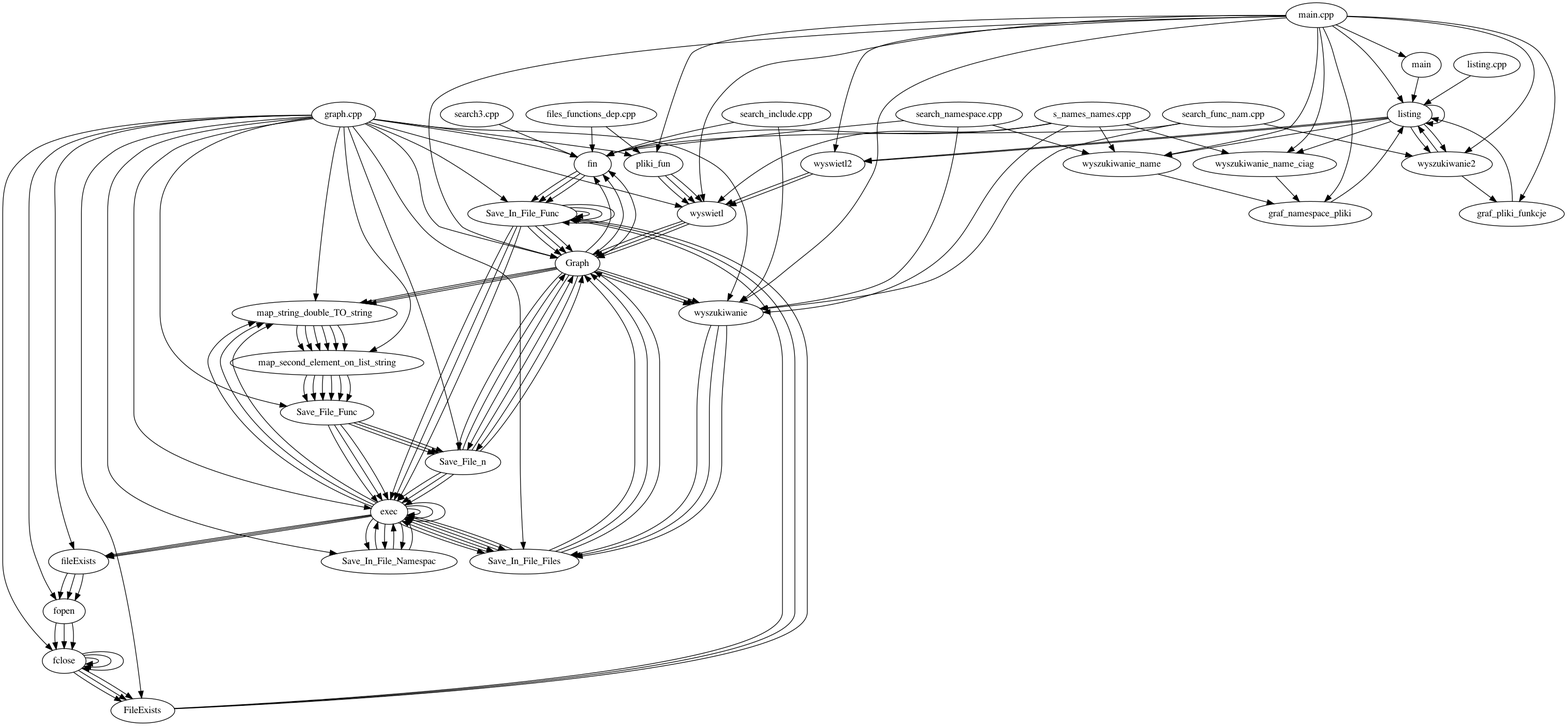
This is folder/pliki_funkcje.dot.png from ZychDev/Zak_Io_Project, a Graphviz export, as it was before one commit. Its source is kept beside it as folder/pliki_funkcje.dot. Its diagram source:
```dot
digraph files_graph
{
"files_functions_dep.cpp"->"fin"
"files_functions_dep.cpp"->"pliki_fun"
->"wyswietl"->"Graph"->"wyszukiwanie"->"Save_In_File_Files"->"Graph"->"fin"->"Save_In_File_Func"->"Save_In_File_Func"->"Graph"->"Save_File_n"->"Graph"->"map_string_double_TO_string"->"map_second_element_on_list_string"->"Save_File_Func"->"Save_File_n"->"exec"->"map_string_double_TO_string"->"map_second_element_on_list_string"->"Save_File_Func"->"exec"->"Save_In_File_Namespac"->"exec"->"fileExists"->"fopen"->"fclose"->"fclose"->"FileExists"->"Save_In_File_Func"->"exec"->"Save_In_File_Files"->"exec"->"exec""graph.cpp"->"FileExists"
"graph.cpp"->"Graph"
"graph.cpp"->"Save_File_Func"
"graph.cpp"->"Save_File_n"
"graph.cpp"->"Save_In_File_Files"
"graph.cpp"->"Save_In_File_Func"
"graph.cpp"->"Save_In_File_Namespac"
"graph.cpp"->"exec"
"graph.cpp"->"fclose"
"graph.cpp"->"fileExists"
"graph.cpp"->"fin"
"graph.cpp"->"fopen"
"graph.cpp"->"map_second_element_on_list_string"
"graph.cpp"->"map_string_double_TO_string"
"graph.cpp"->"pliki_fun"
->"wyswietl"->"Graph"->"wyszukiwanie"->"Save_In_File_Files"->"Graph"->"fin"->"Save_In_File_Func"->"Save_In_File_Func"->"Graph"->"Save_File_n"->"Graph"->"map_string_double_TO_string"->"map_second_element_on_list_string"->"Save_File_Func"->"Save_File_n"->"exec"->"map_string_double_TO_string"->"map_second_element_on_list_string"->"Save_File_Func"->"exec"->"Save_In_File_Namespac"->"exec"->"fileExists"->"fopen"->"fclose"->"fclose"->"FileExists"->"Save_In_File_Func"->"exec"->"Save_In_File_Files"->"exec"->"exec""graph.cpp"->"wyswietl"
"graph.cpp"->"wyszukiwanie"
"listing.cpp"->"listing"
->"wyswietl2"->"wyswietl""main.cpp"->"Graph"
"main.cpp"->"graf_namespace_pliki"
"main.cpp"->"graf_pliki_funkcje"
"main.cpp"->"listing"
->"wyswietl2"->"wyswietl""main.cpp"->"main"
->"listing"->"listing"->"wyszukiwanie_name_ciag"->"graf_namespace_pliki"->"listing"->"wyszukiwanie2"->"listing"->"wyszukiwanie2"->"graf_pliki_funkcje"->"listing"->"wyszukiwanie_name"->"graf_namespace_pliki""main.cpp"->"pliki_fun"
->"wyswietl"->"Graph"->"wyszukiwanie"->"Save_In_File_Files"->"Graph"->"fin"->"Save_In_File_Func"->"Save_In_File_Func"->"Graph"->"Save_File_n"->"Graph"->"map_string_double_TO_string"->"map_second_element_on_list_string"->"Save_File_Func"->"Save_File_n"->"exec"->"map_string_double_TO_string"->"map_second_element_on_list_string"->"Save_File_Func"->"exec"->"Save_In_File_Namespac"->"exec"->"fileExists"->"fopen"->"fclose"->"fclose"->"FileExists"->"Save_In_File_Func"->"exec"->"Save_In_File_Files"->"exec"->"exec""main.cpp"->"wyswietl"
"main.cpp"->"wyswietl2"
"main.cpp"->"wyszukiwanie"
"main.cpp"->"wyszukiwanie2"
"main.cpp"->"wyszukiwanie_name"
"main.cpp"->"wyszukiwanie_name_ciag"
"s_names_names.cpp"->"fin"
"s_names_names.cpp"->"wyswietl"
"s_names_names.cpp"->"wyszukiwanie"
"s_names_names.cpp"->"wyszukiwanie_name"
"s_names_names.cpp"->"wyszukiwanie_name_ciag"
"search3.cpp"->"fin"
"search_func_nam.cpp"->"fin"
"search_func_nam.cpp"->"wyszukiwanie"
"search_func_nam.cpp"->"wyszukiwanie2"
"search_include.cpp"->"fin"
"search_include.cpp"->"wyszukiwanie"
"search_namespace.cpp"->"fin"
"search_namespace.cpp"->"wyszukiwanie"
"search_namespace.cpp"->"wyszukiwanie_name"
}
```
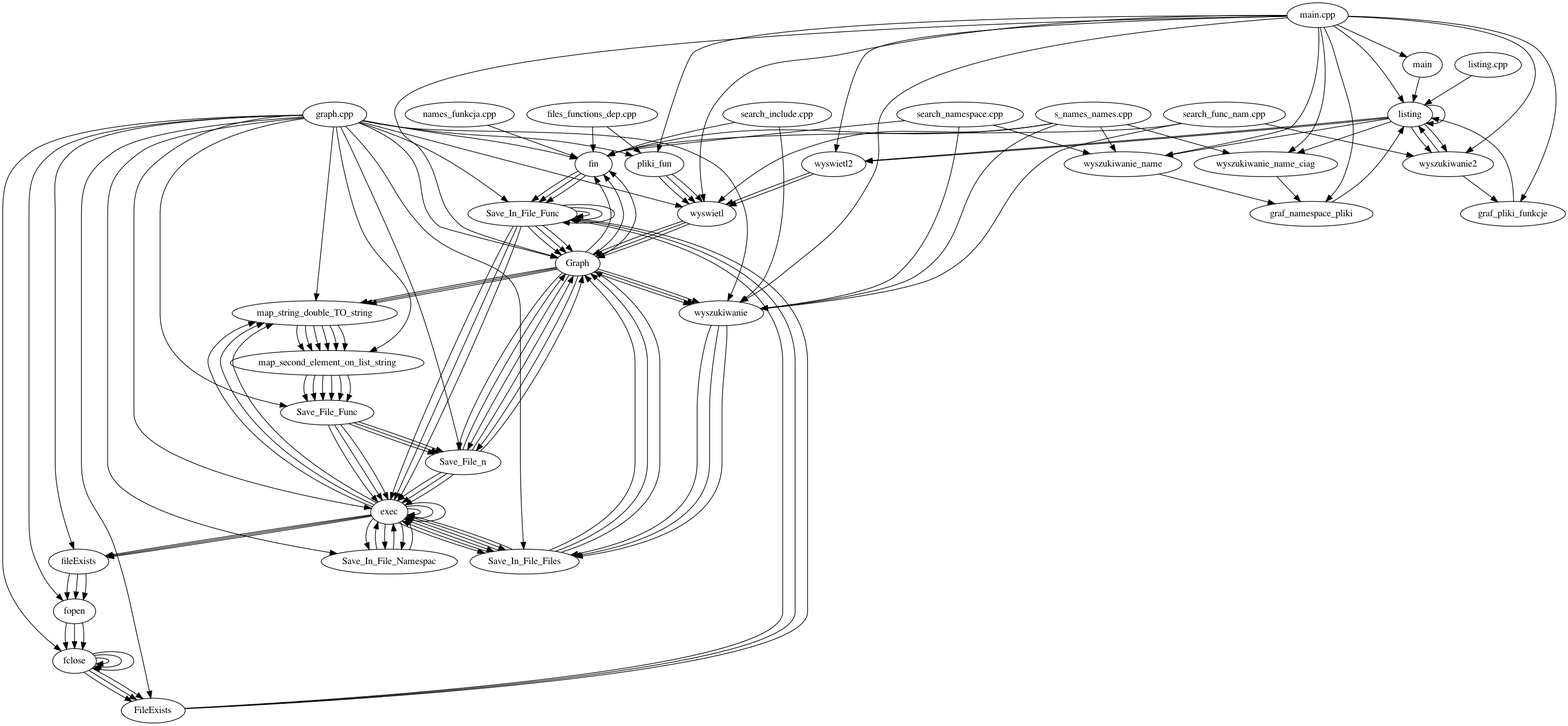
After the commit.

What changed in the source:
```diff
@@ -32,12 +32,12 @@
 "main.cpp"->"wyszukiwanie2"
 "main.cpp"->"wyszukiwanie_name"
 "main.cpp"->"wyszukiwanie_name_ciag"
+"names_funkcja.cpp"->"fin"
 "s_names_names.cpp"->"fin"
 "s_names_names.cpp"->"wyswietl"
 "s_names_names.cpp"->"wyszukiwanie"
 "s_names_names.cpp"->"wyszukiwanie_name"
 "s_names_names.cpp"->"wyszukiwanie_name_ciag"
-"search3.cpp"->"fin"
 "search_func_nam.cpp"->"fin"
 "search_func_nam.cpp"->"wyszukiwanie"
 "search_func_nam.cpp"->"wyszukiwanie2"
```
